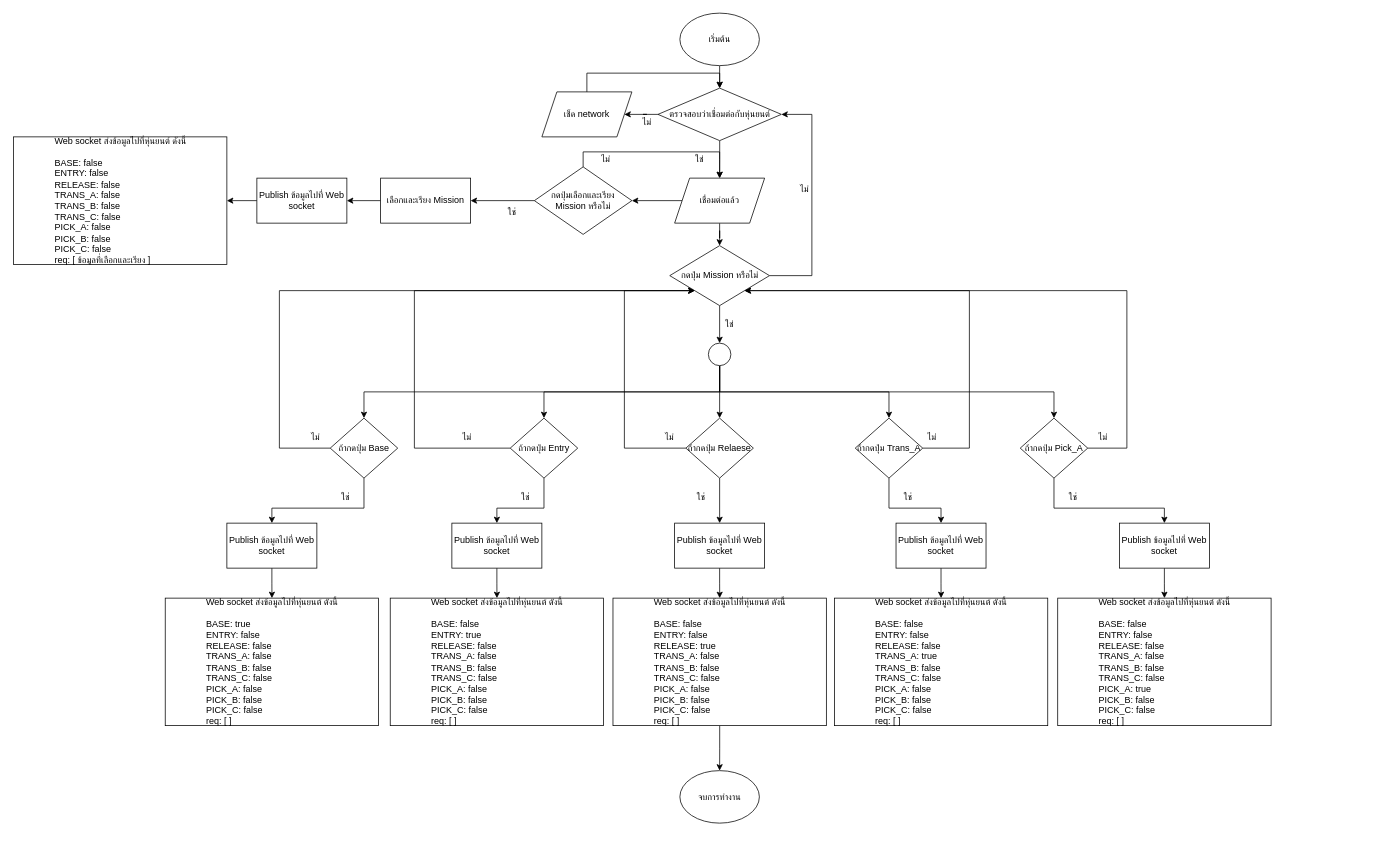
Before: แบบแผนที่ยังไม่ได้ตั้งชื่อ.drawio in Mangkhalet/tod_robot1, a draw.io diagram. Source tidied: cells renumbered, new cells numbered last; positions are measured from the earlier drawing's top-left corner, leaving out a move shared by most shapes. Both pictures are drawn from the tidied source at 75%, with x=0, y=0 at pixel (14, 13).
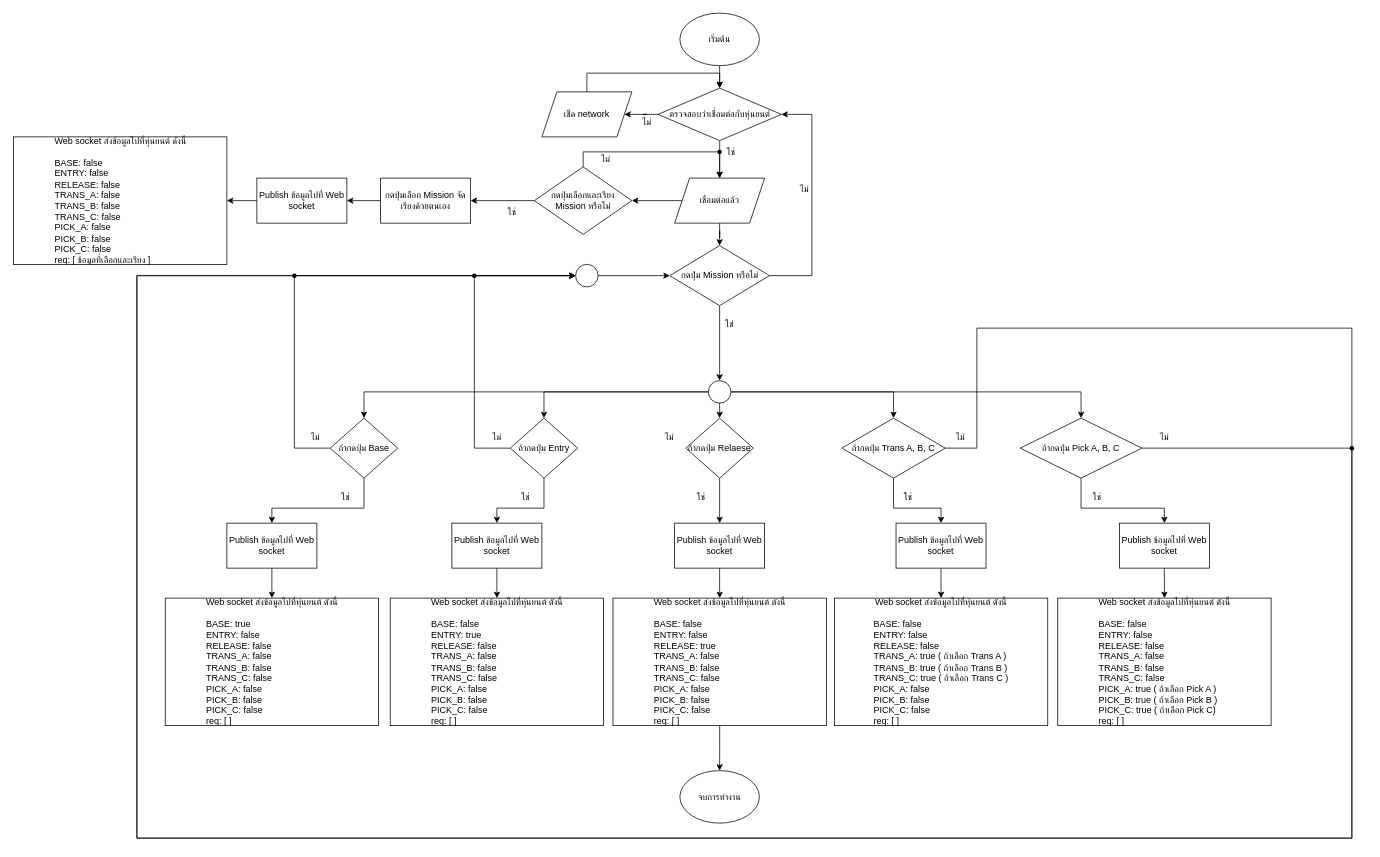
Above is the later version.

The change refers to these unchanged cells:
```xml
<mxCell id="13" value="กดปุ่ม Mission หรือไม่" style="rhombus;whiteSpace=wrap;html=1;" parent="1" vertex="1">
  <mxGeometry x="874.5" y="310" width="133" height="80" as="geometry" />
</mxCell>
<mxCell id="25" value="ถ้ากดปุ่ม Base" style="rhombus;whiteSpace=wrap;html=1;" parent="1" vertex="1">
  <mxGeometry x="421.8" y="540" width="90" height="80" as="geometry" />
</mxCell>
<mxCell id="34" value="ถ้ากดปุ่ม Entry" style="rhombus;whiteSpace=wrap;html=1;" parent="1" vertex="1">
  <mxGeometry x="661.8" y="540" width="90" height="80" as="geometry" />
</mxCell>
<mxCell id="37" value="ถ้ากดปุ่ม Relaese" style="rhombus;whiteSpace=wrap;html=1;" parent="1" vertex="1">
  <mxGeometry x="896" y="540" width="90" height="80" as="geometry" />
</mxCell>
<mxCell id="52" value="Publish ข้อมูลไปที่ Web socket" style="whiteSpace=wrap;html=1;" parent="1" vertex="1">
  <mxGeometry x="1176.2" y="680" width="120" height="60" as="geometry" />
</mxCell>
<mxCell id="55" value="Publish ข้อมูลไปที่ Web socket" style="whiteSpace=wrap;html=1;" parent="1" vertex="1">
  <mxGeometry x="1474" y="680" width="120" height="60" as="geometry" />
</mxCell>
```

Diff of the diagram source:
```diff
@@
     <mxCell id="9" value="ใช่" style="text;html=1;align=center;verticalAlign=middle;strokeColor=none;fillColor=none;" parent="1" vertex="1">
-      <mxGeometry x="894" y="180" width="40" height="30" as="geometry" />
+      <mxGeometry x="936" y="170" width="40" height="30" as="geometry" />
     </mxCell>
@@
-    <mxCell id="24" style="edgeStyle=orthogonalEdgeStyle;rounded=0;jettySize=auto;html=1;exitX=0;exitY=0.5;exitDx=0;exitDy=0;entryX=0;entryY=1;entryDx=0;entryDy=0;" parent="1" edge="1" source="25" target="13">
-      <mxGeometry relative="1" as="geometry">
-        <Array as="points">
-          <mxPoint x="354" y="580" />
-          <mxPoint x="354" y="370" />
-        </Array>
-      </mxGeometry>
-    </mxCell>
+    <mxCell id="77" style="edgeStyle=orthogonalEdgeStyle;rounded=0;jettySize=auto;html=1;exitDx=0;exitDy=0;entryX=0;entryY=0.5;entryDx=0;entryDy=0;startArrow=none;" parent="1" edge="1" source="84" target="81">
+      <mxGeometry relative="1" as="geometry" />
+    </mxCell>
@@
-    <mxCell id="26" style="edgeStyle=orthogonalEdgeStyle;rounded=0;jettySize=auto;html=1;exitX=0.5;exitY=1;exitDx=0;exitDy=0;entryX=0.5;entryY=0;entryDx=0;entryDy=0;" parent="1" edge="1" source="31" target="25">
-      <mxGeometry relative="1" as="geometry" />
-    </mxCell>
-    <mxCell id="27" style="edgeStyle=orthogonalEdgeStyle;rounded=0;jettySize=auto;html=1;exitX=0.5;exitY=1;exitDx=0;exitDy=0;entryX=0.5;entryY=0;entryDx=0;entryDy=0;" parent="1" edge="1" source="31" target="34">
-      <mxGeometry relative="1" as="geometry" />
-    </mxCell>
     <mxCell id="28" style="edgeStyle=orthogonalEdgeStyle;rounded=0;jettySize=auto;html=1;exitX=0.5;exitY=1;exitDx=0;exitDy=0;entryX=0.5;entryY=0;entryDx=0;entryDy=0;" parent="1" edge="1" source="31" target="37">
-      <mxGeometry relative="1" as="geometry">
-        <Array as="points">
-          <mxPoint x="941" y="540" />
-        </Array>
-      </mxGeometry>
+      <mxGeometry relative="1" as="geometry" />
     </mxCell>
-    <mxCell id="29" style="edgeStyle=orthogonalEdgeStyle;rounded=0;jettySize=auto;html=1;exitX=0.5;exitY=1;exitDx=0;exitDy=0;entryX=0.5;entryY=0;entryDx=0;entryDy=0;" parent="1" edge="1" source="31" target="40">
+    <mxCell id="29" style="edgeStyle=orthogonalEdgeStyle;rounded=0;jettySize=auto;html=1;exitX=1;exitY=0.5;exitDx=0;exitDy=0;entryX=0.5;entryY=0;entryDx=0;entryDy=0;" parent="1" edge="1" source="31" target="40">
       <mxGeometry relative="1" as="geometry" />
     </mxCell>
-    <mxCell id="30" style="edgeStyle=orthogonalEdgeStyle;rounded=0;jettySize=auto;html=1;exitX=0.5;exitY=1;exitDx=0;exitDy=0;entryX=0.5;entryY=0;entryDx=0;entryDy=0;" parent="1" edge="1" source="31" target="43">
+    <mxCell id="30" style="edgeStyle=orthogonalEdgeStyle;rounded=0;jettySize=auto;html=1;exitX=1;exitY=0.5;exitDx=0;exitDy=0;entryX=0.5;entryY=0;entryDx=0;entryDy=0;" parent="1" edge="1" source="31" target="43">
       <mxGeometry relative="1" as="geometry" />
     </mxCell>
+    <mxCell id="27" style="edgeStyle=orthogonalEdgeStyle;rounded=0;jettySize=auto;html=1;exitX=0;exitY=0.5;exitDx=0;exitDy=0;entryX=0.5;entryY=0;entryDx=0;entryDy=0;" parent="1" edge="1" source="31" target="34">
+      <mxGeometry relative="1" as="geometry" />
+    </mxCell>
+    <mxCell id="26" style="edgeStyle=orthogonalEdgeStyle;rounded=0;jettySize=auto;html=1;exitX=0;exitY=0.5;exitDx=0;exitDy=0;entryX=0.5;entryY=0;entryDx=0;entryDy=0;" parent="1" edge="1" source="31" target="25">
+      <mxGeometry relative="1" as="geometry" />
+    </mxCell>
     <mxCell id="31" style="ellipse;whiteSpace=wrap;html=1;" parent="1" vertex="1">
-      <mxGeometry x="926" y="440" width="30" height="30" as="geometry" />
+      <mxGeometry x="926" y="490" width="30" height="30" as="geometry" />
     </mxCell>
@@
-    <mxCell id="33" style="edgeStyle=orthogonalEdgeStyle;rounded=0;jettySize=auto;html=1;exitX=0;exitY=0.5;exitDx=0;exitDy=0;entryX=0;entryY=1;entryDx=0;entryDy=0;" parent="1" edge="1" source="34" target="13">
-      <mxGeometry relative="1" as="geometry">
-        <Array as="points">
-          <mxPoint x="534" y="580" />
-          <mxPoint x="534" y="370" />
-        </Array>
-      </mxGeometry>
-    </mxCell>
+    <mxCell id="78" style="edgeStyle=orthogonalEdgeStyle;rounded=0;jettySize=auto;html=1;exitDx=0;exitDy=0;entryX=0;entryY=0.5;entryDx=0;entryDy=0;startArrow=none;" parent="1" edge="1" source="86" target="81">
+      <mxGeometry relative="1" as="geometry" />
+    </mxCell>
@@
-    <mxCell id="36" style="edgeStyle=orthogonalEdgeStyle;rounded=0;jettySize=auto;html=1;exitX=0;exitY=0.5;exitDx=0;exitDy=0;entryX=0;entryY=1;entryDx=0;entryDy=0;" parent="1" edge="1" source="37" target="13">
+    <mxCell id="36" style="edgeStyle=orthogonalEdgeStyle;rounded=0;jettySize=auto;html=1;exitX=1;exitY=0.5;exitDx=0;exitDy=0;entryX=0;entryY=0.5;entryDx=0;entryDy=0;startArrow=none;" parent="1" edge="1" source="81" target="13">
       <mxGeometry relative="1" as="geometry">
         <Array as="points">
-          <mxPoint x="814" y="580" />
-          <mxPoint x="814" y="370" />
+          <mxPoint x="804" y="350" />
+          <mxPoint x="804" y="350" />
         </Array>
       </mxGeometry>
     </mxCell>
@@
+    <mxCell id="79" style="edgeStyle=orthogonalEdgeStyle;rounded=0;jettySize=auto;html=1;exitX=1;exitY=0.5;exitDx=0;exitDy=0;entryX=0;entryY=0.5;entryDx=0;entryDy=0;" parent="1" edge="1" source="40" target="81">
+      <mxGeometry relative="1" as="geometry">
+        <Array as="points">
+          <mxPoint x="1284" y="580" />
+          <mxPoint x="1284" y="420" />
+          <mxPoint x="1784" y="420" />
+          <mxPoint x="1784" y="1100" />
+          <mxPoint x="164" y="1100" />
+          <mxPoint x="164" y="350" />
+        </Array>
+      </mxGeometry>
+    </mxCell>
     <mxCell id="38" style="edgeStyle=orthogonalEdgeStyle;rounded=0;jettySize=auto;html=1;exitX=0.5;exitY=1;exitDx=0;exitDy=0;entryX=0.5;entryY=0;entryDx=0;entryDy=0;" parent="1" edge="1" source="40" target="52">
       <mxGeometry relative="1" as="geometry">
         <Array as="points">
-          <mxPoint x="1167" y="660" />
+          <mxPoint x="1173" y="660" />
           <mxPoint x="1236" y="660" />
         </Array>
       </mxGeometry>
     </mxCell>
-    <mxCell id="39" style="edgeStyle=orthogonalEdgeStyle;rounded=0;jettySize=auto;html=1;exitX=1;exitY=0.5;exitDx=0;exitDy=0;entryX=1;entryY=1;entryDx=0;entryDy=0;" parent="1" edge="1" source="40" target="13">
-      <mxGeometry relative="1" as="geometry">
-        <Array as="points">
-          <mxPoint x="1274" y="580" />
-          <mxPoint x="1274" y="370" />
-        </Array>
-      </mxGeometry>
-    </mxCell>
-    <mxCell id="40" value="ถ้ากดปุ่ม Trans_A" style="rhombus;whiteSpace=wrap;html=1;" parent="1" vertex="1">
-      <mxGeometry x="1121.8" y="540" width="90" height="80" as="geometry" />
+    <mxCell id="40" value="ถ้ากดปุ่ม Trans A, B, C" style="rhombus;whiteSpace=wrap;html=1;" parent="1" vertex="1">
+      <mxGeometry x="1104" y="540" width="137.8" height="80" as="geometry" />
     </mxCell>
     <mxCell id="41" style="edgeStyle=orthogonalEdgeStyle;rounded=0;jettySize=auto;html=1;exitX=0.5;exitY=1;exitDx=0;exitDy=0;entryX=0.5;entryY=0;entryDx=0;entryDy=0;" parent="1" edge="1" source="43" target="55">
       <mxGeometry relative="1" as="geometry">
         <Array as="points">
-          <mxPoint x="1387" y="660" />
+          <mxPoint x="1423" y="660" />
           <mxPoint x="1534" y="660" />
         </Array>
       </mxGeometry>
     </mxCell>
-    <mxCell id="42" style="edgeStyle=orthogonalEdgeStyle;rounded=0;jettySize=auto;html=1;exitX=1;exitY=0.5;exitDx=0;exitDy=0;entryX=1;entryY=1;entryDx=0;entryDy=0;" parent="1" edge="1" source="43" target="13">
-      <mxGeometry relative="1" as="geometry">
-        <Array as="points">
-          <mxPoint x="1484" y="580" />
-          <mxPoint x="1484" y="370" />
-        </Array>
-      </mxGeometry>
-    </mxCell>
+    <mxCell id="80" style="edgeStyle=orthogonalEdgeStyle;rounded=0;jettySize=auto;html=1;exitX=1;exitY=0.5;exitDx=0;exitDy=0;entryX=0;entryY=0.5;entryDx=0;entryDy=0;" parent="1" edge="1" source="43" target="81">
+      <mxGeometry relative="1" as="geometry">
+        <Array as="points">
+          <mxPoint x="1784" y="580" />
+          <mxPoint x="1784" y="1100" />
+          <mxPoint x="164" y="1100" />
+          <mxPoint x="164" y="350" />
+        </Array>
+      </mxGeometry>
+    </mxCell>
-    <mxCell id="43" value="ถ้ากดปุ่ม Pick_A" style="rhombus;whiteSpace=wrap;html=1;" parent="1" vertex="1">
-      <mxGeometry x="1341.8" y="540" width="90" height="80" as="geometry" />
+    <mxCell id="43" value="ถ้ากดปุ่ม Pick A, B, C" style="rhombus;whiteSpace=wrap;html=1;" parent="1" vertex="1">
+      <mxGeometry x="1341.8" y="540" width="162.2" height="80" as="geometry" />
     </mxCell>
@@
-    <mxCell id="53" value="Web socket ส่งข้อมูลไปที่หุ่นยนต์ ดังนี้&lt;br&gt;&lt;br&gt;&lt;div style=&quot;text-align: left;&quot;&gt;&lt;span style=&quot;background-color: initial;&quot;&gt;BASE: false&lt;/span&gt;&lt;/div&gt;&lt;div style=&quot;text-align: left;&quot;&gt;&lt;span style=&quot;background-color: initial;&quot;&gt;ENTRY: false&lt;/span&gt;&lt;/div&gt;&lt;div style=&quot;text-align: left;&quot;&gt;&lt;span style=&quot;background-color: initial;&quot;&gt;RELEASE: false&lt;/span&gt;&lt;/div&gt;&lt;div style=&quot;text-align: left;&quot;&gt;TRANS_A: true&lt;/div&gt;&lt;div style=&quot;text-align: left;&quot;&gt;TRANS_B: false&lt;/div&gt;&lt;div style=&quot;text-align: left;&quot;&gt;TRANS_C: false&lt;/div&gt;&lt;div style=&quot;text-align: left;&quot;&gt;PICK_A: false&lt;/div&gt;&lt;div style=&quot;text-align: left;&quot;&gt;PICK_B: false&lt;/div&gt;&lt;div style=&quot;text-align: left;&quot;&gt;PICK_C: false&lt;/div&gt;&lt;div style=&quot;text-align: left;&quot;&gt;req: [ ]&lt;br&gt;&lt;/div&gt;" style="whiteSpace=wrap;html=1;" parent="1" vertex="1">
+    <mxCell id="53" value="Web socket ส่งข้อมูลไปที่หุ่นยนต์ ดังนี้&lt;br&gt;&lt;br&gt;&lt;div style=&quot;text-align: left;&quot;&gt;&lt;span style=&quot;background-color: initial;&quot;&gt;BASE: false&lt;/span&gt;&lt;/div&gt;&lt;div style=&quot;text-align: left;&quot;&gt;&lt;span style=&quot;background-color: initial;&quot;&gt;ENTRY: false&lt;/span&gt;&lt;/div&gt;&lt;div style=&quot;text-align: left;&quot;&gt;&lt;span style=&quot;background-color: initial;&quot;&gt;RELEASE: false&lt;/span&gt;&lt;/div&gt;&lt;div style=&quot;text-align: left;&quot;&gt;TRANS_A: true ( ถ้าเลือก Trans A )&lt;/div&gt;&lt;div style=&quot;text-align: left;&quot;&gt;TRANS_B: true ( ถ้าเลือก Trans B )&lt;/div&gt;&lt;div style=&quot;text-align: left;&quot;&gt;TRANS_C: true ( ถ้าเลือก Trans C )&lt;/div&gt;&lt;div style=&quot;text-align: left;&quot;&gt;PICK_A: false&lt;/div&gt;&lt;div style=&quot;text-align: left;&quot;&gt;PICK_B: false&lt;/div&gt;&lt;div style=&quot;text-align: left;&quot;&gt;PICK_C: false&lt;/div&gt;&lt;div style=&quot;text-align: left;&quot;&gt;req: [ ]&lt;br&gt;&lt;/div&gt;" style="whiteSpace=wrap;html=1;" parent="1" vertex="1">
       <mxGeometry x="1094" y="780" width="284.5" height="170" as="geometry" />
     </mxCell>
@@
-    <mxCell id="56" value="Web socket ส่งข้อมูลไปที่หุ่นยนต์ ดังนี้&lt;br&gt;&lt;br&gt;&lt;div style=&quot;text-align: left;&quot;&gt;&lt;span style=&quot;background-color: initial;&quot;&gt;BASE: false&lt;/span&gt;&lt;/div&gt;&lt;div style=&quot;text-align: left;&quot;&gt;&lt;span style=&quot;background-color: initial;&quot;&gt;ENTRY: false&lt;/span&gt;&lt;/div&gt;&lt;div style=&quot;text-align: left;&quot;&gt;&lt;span style=&quot;background-color: initial;&quot;&gt;RELEASE: false&lt;/span&gt;&lt;/div&gt;&lt;div style=&quot;text-align: left;&quot;&gt;TRANS_A: false&lt;/div&gt;&lt;div style=&quot;text-align: left;&quot;&gt;TRANS_B: false&lt;/div&gt;&lt;div style=&quot;text-align: left;&quot;&gt;TRANS_C: false&lt;/div&gt;&lt;div style=&quot;text-align: left;&quot;&gt;PICK_A: true&lt;/div&gt;&lt;div style=&quot;text-align: left;&quot;&gt;PICK_B: false&lt;/div&gt;&lt;div style=&quot;text-align: left;&quot;&gt;PICK_C: false&lt;/div&gt;&lt;div style=&quot;text-align: left;&quot;&gt;req: [ ]&lt;br&gt;&lt;/div&gt;" style="whiteSpace=wrap;html=1;" parent="1" vertex="1">
+    <mxCell id="56" value="Web socket ส่งข้อมูลไปที่หุ่นยนต์ ดังนี้&lt;br&gt;&lt;br&gt;&lt;div style=&quot;text-align: left;&quot;&gt;&lt;span style=&quot;background-color: initial;&quot;&gt;BASE: false&lt;/span&gt;&lt;/div&gt;&lt;div style=&quot;text-align: left;&quot;&gt;&lt;span style=&quot;background-color: initial;&quot;&gt;ENTRY: false&lt;/span&gt;&lt;/div&gt;&lt;div style=&quot;text-align: left;&quot;&gt;&lt;span style=&quot;background-color: initial;&quot;&gt;RELEASE: false&lt;/span&gt;&lt;/div&gt;&lt;div style=&quot;text-align: left;&quot;&gt;TRANS_A: false&lt;/div&gt;&lt;div style=&quot;text-align: left;&quot;&gt;TRANS_B: false&lt;/div&gt;&lt;div style=&quot;text-align: left;&quot;&gt;TRANS_C: false&lt;/div&gt;&lt;div style=&quot;text-align: left;&quot;&gt;PICK_A: true ( ถ้าเลือก Pick A )&lt;/div&gt;&lt;div style=&quot;text-align: left;&quot;&gt;PICK_B: true ( ถ้าเลือก Pick B )&lt;/div&gt;&lt;div style=&quot;text-align: left;&quot;&gt;PICK_C: true ( ถ้าเลือก Pick C)&lt;/div&gt;&lt;div style=&quot;text-align: left;&quot;&gt;req: [ ]&lt;br&gt;&lt;/div&gt;" style="whiteSpace=wrap;html=1;" parent="1" vertex="1">
       <mxGeometry x="1391.8" y="780" width="284.5" height="170" as="geometry" />
     </mxCell>
@@
     <mxCell id="58" value="ไม่" style="text;html=1;align=center;verticalAlign=middle;strokeColor=none;fillColor=none;" parent="1" vertex="1">
-      <mxGeometry x="584" y="550" width="40" height="30" as="geometry" />
+      <mxGeometry x="624" y="550" width="40" height="30" as="geometry" />
     </mxCell>
@@
     <mxCell id="64" value="ใช่" style="text;html=1;align=center;verticalAlign=middle;strokeColor=none;fillColor=none;" parent="1" vertex="1">
-      <mxGeometry x="1391.8" y="630" width="40" height="30" as="geometry" />
+      <mxGeometry x="1424" y="630" width="40" height="30" as="geometry" />
     </mxCell>
     <mxCell id="65" value="ไม่" style="text;html=1;align=center;verticalAlign=middle;strokeColor=none;fillColor=none;" parent="1" vertex="1">
-      <mxGeometry x="1204" y="550" width="40" height="30" as="geometry" />
+      <mxGeometry x="1241.8" y="550" width="40" height="30" as="geometry" />
     </mxCell>
     <mxCell id="66" value="ไม่" style="text;html=1;align=center;verticalAlign=middle;strokeColor=none;fillColor=none;" parent="1" vertex="1">
-      <mxGeometry x="1431.8" y="550" width="40" height="30" as="geometry" />
+      <mxGeometry x="1514" y="550" width="40" height="30" as="geometry" />
     </mxCell>
@@
-    <mxCell id="72" value="เลือกและเรียง Mission" style="whiteSpace=wrap;html=1;" parent="1" vertex="1">
+    <mxCell id="72" value="กดปุ่มเลือก Mission จัดเรียงด้วยตนเอง" style="whiteSpace=wrap;html=1;" parent="1" vertex="1">
       <mxGeometry x="489" y="220" width="120" height="60" as="geometry" />
     </mxCell>
@@
+    <mxCell id="81" style="ellipse;whiteSpace=wrap;html=1;" parent="1" vertex="1">
+      <mxGeometry x="749" y="335" width="30" height="30" as="geometry" />
+    </mxCell>
+    <mxCell id="82" style="shape=waypoint;sketch=0;fillStyle=solid;size=6;fillColor=none;perimeter=centerPerimeter;" parent="1" vertex="1">
+      <mxGeometry x="921" y="165" width="40" height="40" as="geometry" />
+    </mxCell>
+    <mxCell id="83" style="shape=waypoint;sketch=0;fillStyle=solid;size=6;fillColor=none;perimeter=centerPerimeter;" parent="1" vertex="1">
+      <mxGeometry x="1764" y="560" width="40" height="40" as="geometry" />
+    </mxCell>
+    <mxCell id="84" style="shape=waypoint;sketch=0;fillStyle=solid;size=6;points=[];fillColor=none;perimeter=centerPerimeter;snapToPoint=1;" parent="1" vertex="1">
+      <mxGeometry x="354" y="330" width="40" height="40" as="geometry" />
+    </mxCell>
+    <mxCell id="85" style="edgeStyle=orthogonalEdgeStyle;rounded=0;jettySize=auto;html=1;exitX=0;exitY=0.5;exitDx=0;exitDy=0;entryDx=0;entryDy=0;endArrow=none;" parent="1" edge="1" source="25" target="84">
+      <mxGeometry relative="1" as="geometry">
+        <Array as="points">
+          <mxPoint x="374" y="580" />
+          <mxPoint x="374" y="350" />
+        </Array>
+      </mxGeometry>
+    </mxCell>
+    <mxCell id="86" style="shape=waypoint;sketch=0;fillStyle=solid;size=6;points=[];fillColor=none;perimeter=centerPerimeter;snapToPoint=1;" parent="1" vertex="1">
+      <mxGeometry x="594" y="330" width="40" height="40" as="geometry" />
+    </mxCell>
+    <mxCell id="87" style="edgeStyle=orthogonalEdgeStyle;rounded=0;jettySize=auto;html=1;exitX=0;exitY=0.5;exitDx=0;exitDy=0;entryDx=0;entryDy=0;endArrow=none;" parent="1" edge="1" source="34" target="86">
+      <mxGeometry relative="1" as="geometry">
+        <Array as="points">
+          <mxPoint x="614" y="580" />
+          <mxPoint x="614" y="350" />
+        </Array>
+      </mxGeometry>
+    </mxCell>
```
